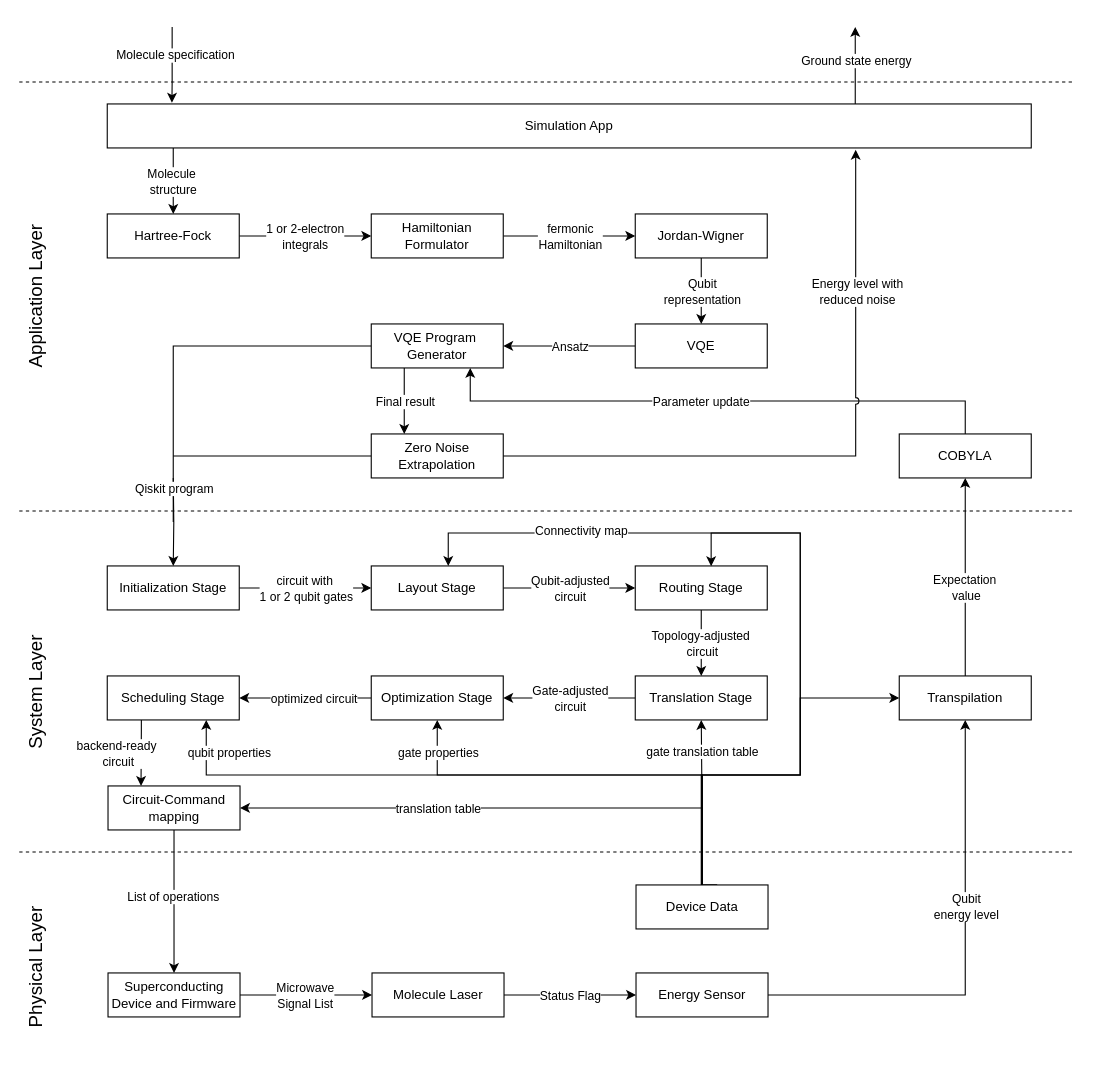
This is page "scenario1" (1 of 4) of docs/scenario-based-analysis/images/scenarios.drawio from FullStaQD/architecture, a draw.io file, before an edit. Source tidied: cells renumbered, new cells numbered last; positions are measured from the earlier drawing's top-left corner, leaving out a move shared by most shapes. Both pictures are drawn from the tidied source at 110%, with x=0, y=0 at pixel (-58, 26).
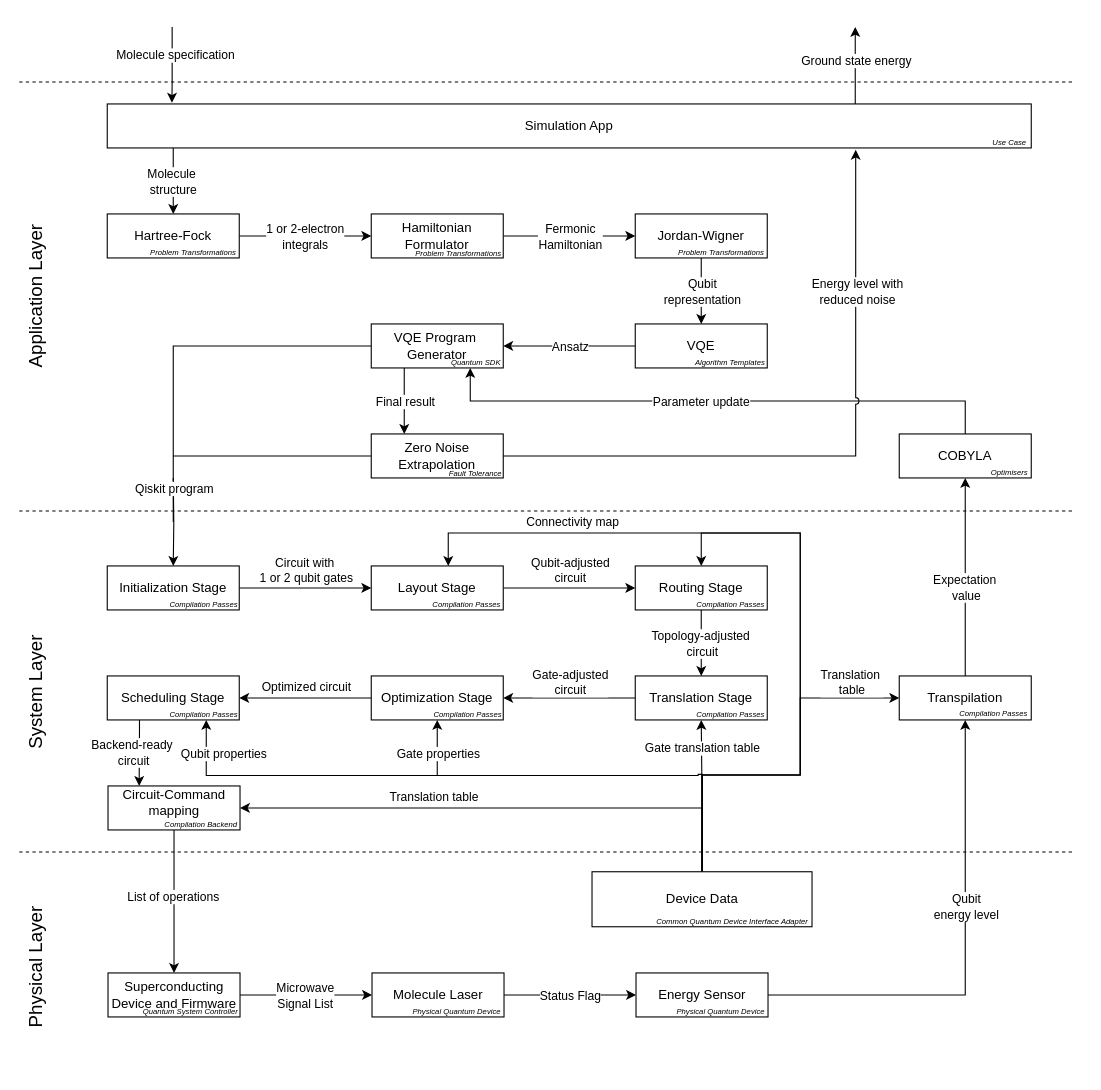
After the change.

The change refers to these unchanged cells:
```xml
<mxCell id="13" style="edgeStyle=orthogonalEdgeStyle;rounded=0;jettySize=auto;html=1;entryX=0;entryY=0.5;entryDx=0;entryDy=0;" parent="1" edge="1" source="16" target="12">
  <mxGeometry relative="1" as="geometry" />
</mxCell>
<mxCell id="29" value="Routing Stage" style="rounded=0;whiteSpace=wrap;html=1;" parent="1" vertex="1">
  <mxGeometry x="630" y="490" width="120" height="40" as="geometry" />
</mxCell>
<mxCell id="30" style="edgeStyle=orthogonalEdgeStyle;rounded=0;jettySize=auto;html=1;entryX=0;entryY=0.5;entryDx=0;entryDy=0;" parent="1" edge="1" source="32" target="29">
  <mxGeometry relative="1" as="geometry" />
</mxCell>
<mxCell id="33" style="edgeStyle=orthogonalEdgeStyle;rounded=0;jettySize=auto;html=1;entryX=0;entryY=0.5;entryDx=0;entryDy=0;" parent="1" edge="1" source="35" target="32">
  <mxGeometry relative="1" as="geometry" />
</mxCell>
<mxCell id="36" style="edgeStyle=orthogonalEdgeStyle;rounded=0;jettySize=auto;html=1;entryX=1;entryY=0.5;entryDx=0;entryDy=0;" parent="1" edge="1" source="38" target="41">
  <mxGeometry relative="1" as="geometry" />
</mxCell>
<mxCell id="38" value="Translation Stage" style="rounded=0;whiteSpace=wrap;html=1;" parent="1" vertex="1">
  <mxGeometry x="630" y="590" width="120" height="40" as="geometry" />
</mxCell>
<mxCell id="39" style="edgeStyle=orthogonalEdgeStyle;rounded=0;jettySize=auto;html=1;entryX=1;entryY=0.5;entryDx=0;entryDy=0;" parent="1" edge="1" source="41" target="44">
  <mxGeometry relative="1" as="geometry" />
</mxCell>
<mxCell id="41" value="Optimization Stage" style="rounded=0;whiteSpace=wrap;html=1;" parent="1" vertex="1">
  <mxGeometry x="390" y="590" width="120" height="40" as="geometry" />
</mxCell>
<mxCell id="44" value="Scheduling Stage" style="rounded=0;whiteSpace=wrap;html=1;" parent="1" vertex="1">
  <mxGeometry x="150" y="590" width="120" height="40" as="geometry" />
</mxCell>
<mxCell id="69" value="Transpilation" style="rounded=0;whiteSpace=wrap;html=1;" parent="1" vertex="1">
  <mxGeometry x="870" y="590" width="120" height="40" as="geometry" />
</mxCell>
```

Diff of the diagram source:
```diff
@@
-    <mxCell id="15" value="fermonic&lt;div&gt;Hamiltonian&lt;/div&gt;" style="edgeLabel;html=1;align=center;verticalAlign=middle;" parent="13" vertex="1">
+    <mxCell id="15" value="Fermonic&lt;div&gt;Hamiltonian&lt;/div&gt;" style="edgeLabel;html=1;align=center;verticalAlign=middle;" parent="13" vertex="1">
       <mxGeometry x="-0.17" y="-3" relative="1" as="geometry">
         <mxPoint x="10" y="-3" as="offset" />
       </mxGeometry>
     </mxCell>
-    <mxCell id="16" value="Hamiltonian&lt;div&gt;Formulator&lt;/div&gt;" style="rounded=0;whiteSpace=wrap;html=1;" parent="1" vertex="1">
+    <mxCell id="16" value="Hamiltonian&lt;div&gt;Formulator&lt;/div&gt;" style="rounded=0;whiteSpace=wrap;html=1;align=center;" parent="1" vertex="1">
       <mxGeometry x="390" y="170" width="120" height="40" as="geometry" />
     </mxCell>
@@
     <mxCell id="31" value="Qubit-adjusted&lt;div&gt;circuit&lt;/div&gt;" style="edgeLabel;html=1;align=center;verticalAlign=middle;" parent="30" vertex="1">
       <mxGeometry x="-0.17" relative="1" as="geometry">
-        <mxPoint x="10" as="offset" />
+        <mxPoint x="10" y="-17" as="offset" />
       </mxGeometry>
     </mxCell>
@@
-    <mxCell id="34" value="circuit with&amp;nbsp;&lt;div&gt;1 or 2 qubit gates&lt;/div&gt;" style="edgeLabel;html=1;align=center;verticalAlign=middle;" parent="33" vertex="1">
+    <mxCell id="34" value="Circuit with&amp;nbsp;&lt;div&gt;1 or 2 qubit gates&lt;/div&gt;" style="edgeLabel;html=1;align=center;verticalAlign=middle;" parent="33" vertex="1">
       <mxGeometry x="0.11" y="-3" relative="1" as="geometry">
-        <mxPoint x="-7" y="-3" as="offset" />
+        <mxPoint x="-7" y="-20" as="offset" />
       </mxGeometry>
     </mxCell>
@@
     <mxCell id="37" value="Gate-adjusted&lt;div&gt;circuit&lt;/div&gt;" style="edgeLabel;html=1;align=center;verticalAlign=middle;" parent="36" vertex="1">
       <mxGeometry x="0.17" y="4" relative="1" as="geometry">
-        <mxPoint x="10" y="-4" as="offset" />
+        <mxPoint x="10" y="-19" as="offset" />
       </mxGeometry>
     </mxCell>
@@
-    <mxCell id="40" value="optimized circuit" style="edgeLabel;html=1;align=center;verticalAlign=middle;" parent="39" vertex="1">
+    <mxCell id="40" value="Optimized circuit" style="edgeLabel;html=1;align=center;verticalAlign=middle;" parent="39" vertex="1">
       <mxGeometry x="-0.11" y="1" relative="1" as="geometry">
-        <mxPoint y="-1" as="offset" />
+        <mxPoint x="-7" y="-12" as="offset" />
       </mxGeometry>
     </mxCell>
@@
-    <mxCell id="42" style="edgeStyle=orthogonalEdgeStyle;rounded=0;jettySize=auto;html=1;entryX=0.25;entryY=0;entryDx=0;entryDy=0;" parent="1" edge="1" source="44" target="84">
+    <mxCell id="42" style="edgeStyle=orthogonalEdgeStyle;rounded=0;orthogonalLoop=1;jettySize=auto;html=1;entryX=0.25;entryY=0;entryDx=0;entryDy=0;" parent="1" edge="1">
       <mxGeometry relative="1" as="geometry">
+        <mxPoint x="179.3" y="630" as="sourcePoint" />
+        <mxPoint x="179" y="690" as="targetPoint" />
         <Array as="points">
-          <mxPoint x="181" y="640" />
-          <mxPoint x="181" y="640" />
+          <mxPoint x="179.3" y="640" />
+          <mxPoint x="179.3" y="640" />
         </Array>
       </mxGeometry>
     </mxCell>
-    <mxCell id="43" value="backend-ready&amp;nbsp;&lt;div&gt;circuit&lt;/div&gt;" style="edgeLabel;html=1;align=center;verticalAlign=middle;" parent="42" vertex="1">
+    <mxCell id="43" value="Backend-ready&amp;nbsp;&lt;div&gt;circuit&lt;/div&gt;" style="edgeLabel;html=1;align=center;verticalAlign=middle;" parent="42" vertex="1">
       <mxGeometry x="0.21" y="1" relative="1" as="geometry">
-        <mxPoint x="-22" y="-6" as="offset" />
+        <mxPoint x="-7" y="-7" as="offset" />
       </mxGeometry>
     </mxCell>
@@
-    <mxCell id="56" style="edgeStyle=orthogonalEdgeStyle;rounded=0;jettySize=auto;html=1;entryX=0.5;entryY=1;entryDx=0;entryDy=0;" parent="1" edge="1" source="66" target="41">
+    <mxCell id="56" style="edgeStyle=orthogonalEdgeStyle;rounded=0;jettySize=auto;html=1;entryX=0.5;entryY=1;entryDx=0;entryDy=0;" parent="1" edge="1" target="41">
       <mxGeometry relative="1" as="geometry">
+        <mxPoint x="450" y="679" as="sourcePoint" />
         <Array as="points">
-          <mxPoint x="691" y="680" />
           <mxPoint x="450" y="680" />
         </Array>
       </mxGeometry>
     </mxCell>
-    <mxCell id="57" value="gate properties" style="edgeLabel;html=1;align=center;verticalAlign=middle;" parent="56" vertex="1">
+    <mxCell id="57" value="Gate properties" style="edgeLabel;html=1;align=center;verticalAlign=middle;" parent="56" vertex="1">
       <mxGeometry x="0.85" y="1" relative="1" as="geometry">
-        <mxPoint x="1" as="offset" />
+        <mxPoint x="1" y="26" as="offset" />
       </mxGeometry>
     </mxCell>
-    <mxCell id="58" style="edgeStyle=orthogonalEdgeStyle;rounded=0;jettySize=auto;html=1;entryX=0.5;entryY=0;entryDx=0;entryDy=0;exitX=0.615;exitY=-0.004;exitDx=0;exitDy=0;exitPerimeter=0;" parent="1" edge="1" source="66">
+    <mxCell id="58" style="edgeStyle=orthogonalEdgeStyle;rounded=0;orthogonalLoop=1;jettySize=auto;html=1;entryX=0.5;entryY=0;entryDx=0;entryDy=0;" parent="1" edge="1">
       <mxGeometry relative="1" as="geometry">
+        <mxPoint x="690" y="680" as="sourcePoint" />
         <mxPoint x="460" y="490" as="targetPoint" />
         <Array as="points">
-          <mxPoint x="690" y="780" />
           <mxPoint x="690" y="680" />
           <mxPoint x="780" y="680" />
           <mxPoint x="780" y="460" />
           <mxPoint x="460" y="460" />
         </Array>
       </mxGeometry>
     </mxCell>
-    <mxCell id="59" style="edgeStyle=orthogonalEdgeStyle;rounded=0;jettySize=auto;html=1;entryX=0;entryY=0.5;entryDx=0;entryDy=0;" parent="1" edge="1" source="66" target="69">
+    <mxCell id="59" style="edgeStyle=orthogonalEdgeStyle;rounded=0;jettySize=auto;html=1;entryX=0;entryY=0.5;entryDx=0;entryDy=0;" parent="1" edge="1" target="69">
       <mxGeometry relative="1" as="geometry">
+        <mxPoint x="690" y="780" as="sourcePoint" />
         <Array as="points">
           <mxPoint x="691" y="680" />
           <mxPoint x="780" y="680" />
           <mxPoint x="780" y="610" />
         </Array>
       </mxGeometry>
     </mxCell>
-    <mxCell id="60" style="edgeStyle=orthogonalEdgeStyle;rounded=0;jettySize=auto;html=1;" parent="1" edge="1" source="66" target="38">
+    <mxCell id="60" style="edgeStyle=orthogonalEdgeStyle;rounded=0;jettySize=auto;html=1;exitX=0.5;exitY=0;exitDx=0;exitDy=0;" parent="1" edge="1" source="66" target="38">
       <mxGeometry relative="1" as="geometry" />
     </mxCell>
-    <mxCell id="61" value="gate translation table" style="edgeLabel;html=1;align=center;verticalAlign=middle;" parent="60" vertex="1">
+    <mxCell id="61" value="Gate translation table" style="edgeLabel;html=1;align=center;verticalAlign=middle;" parent="60" vertex="1">
       <mxGeometry x="0.51" relative="1" as="geometry">
         <mxPoint y="-8" as="offset" />
       </mxGeometry>
     </mxCell>
-    <mxCell id="62" style="edgeStyle=orthogonalEdgeStyle;rounded=0;jettySize=auto;html=1;entryX=0.75;entryY=1;entryDx=0;entryDy=0;" parent="1" edge="1" source="66" target="44">
+    <mxCell id="62" style="edgeStyle=orthogonalEdgeStyle;rounded=0;jettySize=auto;html=1;entryX=0.75;entryY=1;entryDx=0;entryDy=0;exitX=0.5;exitY=0;exitDx=0;exitDy=0;" parent="1" edge="1" source="66" target="44">
       <mxGeometry relative="1" as="geometry">
         <Array as="points">
-          <mxPoint x="691" y="680" />
-          <mxPoint x="240" y="680" />
+          <mxPoint x="690.7" y="679.5" />
+          <mxPoint x="687.2" y="679.5" />
+          <mxPoint x="240" y="680.5" />
         </Array>
       </mxGeometry>
     </mxCell>
-    <mxCell id="63" value="qubit properties" style="edgeLabel;html=1;align=center;verticalAlign=middle;" parent="62" vertex="1">
+    <mxCell id="63" value="Qubit properties" style="edgeLabel;html=1;align=center;verticalAlign=middle;" parent="62" vertex="1">
       <mxGeometry x="0.9" relative="1" as="geometry">
-        <mxPoint x="20" as="offset" />
+        <mxPoint x="15" y="1" as="offset" />
       </mxGeometry>
     </mxCell>
-    <mxCell id="64" style="edgeStyle=orthogonalEdgeStyle;rounded=0;jettySize=auto;html=1;entryX=1;entryY=0.5;entryDx=0;entryDy=0;" parent="1" edge="1" source="66" target="84">
+    <mxCell id="64" style="edgeStyle=orthogonalEdgeStyle;rounded=0;jettySize=auto;html=1;entryX=1;entryY=0.5;entryDx=0;entryDy=0;exitX=0.5;exitY=0;exitDx=0;exitDy=0;" parent="1" edge="1" source="66" target="84">
       <mxGeometry relative="1" as="geometry">
         <Array as="points">
-          <mxPoint x="691" y="710" />
+          <mxPoint x="690" y="768" />
+          <mxPoint x="690" y="710" />
         </Array>
       </mxGeometry>
     </mxCell>
-    <mxCell id="65" value="translation table" style="edgeLabel;html=1;align=center;verticalAlign=middle;" parent="64" vertex="1">
+    <mxCell id="65" value="Translation table" style="edgeLabel;html=1;align=center;verticalAlign=middle;" parent="64" vertex="1">
       <mxGeometry x="0.33" y="-2" relative="1" as="geometry">
-        <mxPoint x="16" y="2" as="offset" />
+        <mxPoint x="16" y="-9" as="offset" />
       </mxGeometry>
     </mxCell>
-    <mxCell id="66" value="Device Data" style="rounded=0;whiteSpace=wrap;html=1;" parent="1" vertex="1">
-      <mxGeometry x="630.7" y="780" width="120" height="40" as="geometry" />
-    </mxCell>
@@
-    <mxCell id="72" style="edgeStyle=orthogonalEdgeStyle;rounded=0;jettySize=auto;html=1;entryX=0.575;entryY=0.005;entryDx=0;entryDy=0;entryPerimeter=0;" parent="1" edge="1" source="66" target="29">
+    <mxCell id="72" style="edgeStyle=orthogonalEdgeStyle;rounded=0;jettySize=auto;html=1;entryX=0.5;entryY=0;entryDx=0;entryDy=0;exitX=0.5;exitY=0;exitDx=0;exitDy=0;" parent="1" edge="1" source="66" target="29">
       <mxGeometry relative="1" as="geometry">
         <Array as="points">
-          <mxPoint x="691" y="680" />
+          <mxPoint x="690.7" y="680" />
           <mxPoint x="780" y="680" />
           <mxPoint x="780" y="460" />
-          <mxPoint x="699" y="460" />
+          <mxPoint x="690" y="460" />
         </Array>
       </mxGeometry>
     </mxCell>
     <mxCell id="73" value="Connectivity map" style="edgeLabel;html=1;align=center;verticalAlign=middle;" parent="72" vertex="1">
       <mxGeometry x="0.93" y="1" relative="1" as="geometry">
-        <mxPoint x="-120" y="-14" as="offset" />
+        <mxPoint x="-119" y="-22" as="offset" />
       </mxGeometry>
     </mxCell>
@@
-    <mxCell id="84" value="Circuit-Command&lt;div&gt;mapping&lt;/div&gt;" style="rounded=0;whiteSpace=wrap;html=1;" parent="1" vertex="1">
+    <mxCell id="84" style="rounded=0;whiteSpace=wrap;html=1;" parent="1" vertex="1">
       <mxGeometry x="150.7" y="690" width="120" height="40" as="geometry" />
     </mxCell>
@@
+    <mxCell id="86" value="&lt;i&gt;&lt;font style=&quot;font-size: 7px;&quot;&gt;Use Case&lt;/font&gt;&lt;/i&gt;" style="text;html=1;whiteSpace=wrap;strokeColor=none;fillColor=none;align=center;verticalAlign=middle;rounded=0;fontSize=9;" parent="1" vertex="1">
+      <mxGeometry x="904.9" y="90" width="131" height="30" as="geometry" />
+    </mxCell>
+    <mxCell id="87" value="&lt;i&gt;&lt;font style=&quot;font-size: 7px;&quot;&gt;Problem Transformations&lt;/font&gt;&lt;/i&gt;" style="text;html=1;whiteSpace=wrap;strokeColor=none;fillColor=none;align=center;verticalAlign=middle;rounded=0;" parent="1" vertex="1">
+      <mxGeometry x="171" y="196" width="114.7" height="16" as="geometry" />
+    </mxCell>
+    <mxCell id="88" value="&lt;i&gt;&lt;font style=&quot;font-size: 7px;&quot;&gt;Problem Transformations&lt;/font&gt;&lt;/i&gt;" style="text;html=1;whiteSpace=wrap;strokeColor=none;fillColor=none;align=center;verticalAlign=middle;rounded=0;" parent="1" vertex="1">
+      <mxGeometry x="412" y="197" width="114.7" height="16" as="geometry" />
+    </mxCell>
+    <mxCell id="89" value="&lt;i&gt;&lt;font style=&quot;font-size: 7px;&quot;&gt;Problem Transformations&lt;/font&gt;&lt;/i&gt;" style="text;html=1;whiteSpace=wrap;strokeColor=none;fillColor=none;align=center;verticalAlign=middle;rounded=0;" parent="1" vertex="1">
+      <mxGeometry x="651" y="196" width="114.7" height="16" as="geometry" />
+    </mxCell>
+    <mxCell id="90" value="&lt;i&gt;&lt;font style=&quot;font-size: 7px;&quot;&gt;Quantum SDK&lt;/font&gt;&lt;/i&gt;" style="text;html=1;whiteSpace=wrap;strokeColor=none;fillColor=none;align=center;verticalAlign=middle;rounded=0;" parent="1" vertex="1">
+      <mxGeometry x="428" y="296" width="114.7" height="16" as="geometry" />
+    </mxCell>
+    <mxCell id="91" value="&lt;i&gt;&lt;font style=&quot;font-size: 7px;&quot;&gt;Algorithm Templates&lt;/font&gt;&lt;/i&gt;" style="text;html=1;whiteSpace=wrap;strokeColor=none;fillColor=none;align=center;verticalAlign=middle;rounded=0;" parent="1" vertex="1">
+      <mxGeometry x="659" y="296" width="114.7" height="16" as="geometry" />
+    </mxCell>
+    <mxCell id="92" value="&lt;font style=&quot;font-size: 7px;&quot;&gt;&lt;i&gt;Fault Tolerance&lt;/i&gt;&lt;/font&gt;" style="text;html=1;whiteSpace=wrap;strokeColor=none;fillColor=none;align=center;verticalAlign=middle;rounded=0;" parent="1" vertex="1">
+      <mxGeometry x="455.4" y="390" width="60" height="30" as="geometry" />
+    </mxCell>
+    <mxCell id="93" value="&lt;i&gt;&lt;font style=&quot;font-size: 7px;&quot;&gt;Optimisers&lt;/font&gt;&lt;/i&gt;" style="text;html=1;whiteSpace=wrap;strokeColor=none;fillColor=none;align=center;verticalAlign=middle;rounded=0;" parent="1" vertex="1">
+      <mxGeometry x="913" y="396" width="114.7" height="16" as="geometry" />
+    </mxCell>
+    <mxCell id="94" value="&lt;font style=&quot;font-size: 7px;&quot;&gt;&lt;i&gt;Compilation Passes&lt;/i&gt;&lt;/font&gt;" style="text;html=1;whiteSpace=wrap;strokeColor=none;fillColor=none;align=center;verticalAlign=middle;rounded=0;" parent="1" vertex="1">
+      <mxGeometry x="204" y="509" width="68" height="30" as="geometry" />
+    </mxCell>
+    <mxCell id="95" value="&lt;font style=&quot;font-size: 7px;&quot;&gt;&lt;i&gt;Compilation Passes&lt;/i&gt;&lt;/font&gt;" style="text;html=1;whiteSpace=wrap;strokeColor=none;fillColor=none;align=center;verticalAlign=middle;rounded=0;" parent="1" vertex="1">
+      <mxGeometry x="443" y="509" width="68" height="30" as="geometry" />
+    </mxCell>
+    <mxCell id="96" value="&lt;font style=&quot;font-size: 7px;&quot;&gt;&lt;i&gt;Compilation Passes&lt;/i&gt;&lt;/font&gt;" style="text;html=1;whiteSpace=wrap;strokeColor=none;fillColor=none;align=center;verticalAlign=middle;rounded=0;" parent="1" vertex="1">
+      <mxGeometry x="682.7" y="509" width="68" height="30" as="geometry" />
+    </mxCell>
+    <mxCell id="97" value="&lt;font style=&quot;font-size: 7px;&quot;&gt;&lt;i&gt;Compilation Passes&lt;/i&gt;&lt;/font&gt;" style="text;html=1;whiteSpace=wrap;strokeColor=none;fillColor=none;align=center;verticalAlign=middle;rounded=0;" parent="1" vertex="1">
+      <mxGeometry x="682.7" y="609" width="68" height="30" as="geometry" />
+    </mxCell>
+    <mxCell id="98" value="&lt;font style=&quot;font-size: 7px;&quot;&gt;&lt;i&gt;Compilation Passes&lt;/i&gt;&lt;/font&gt;" style="text;html=1;whiteSpace=wrap;strokeColor=none;fillColor=none;align=center;verticalAlign=middle;rounded=0;" parent="1" vertex="1">
+      <mxGeometry x="444" y="609" width="68" height="30" as="geometry" />
+    </mxCell>
+    <mxCell id="99" value="&lt;font style=&quot;font-size: 7px;&quot;&gt;&lt;i&gt;Compilation Passes&lt;/i&gt;&lt;/font&gt;" style="text;html=1;whiteSpace=wrap;strokeColor=none;fillColor=none;align=center;verticalAlign=middle;rounded=0;" parent="1" vertex="1">
+      <mxGeometry x="204" y="609" width="68" height="30" as="geometry" />
+    </mxCell>
+    <mxCell id="100" value="&lt;font style=&quot;font-size: 7px;&quot;&gt;&lt;i&gt;Quantum System Controller&lt;/i&gt;&lt;/font&gt;" style="text;html=1;whiteSpace=wrap;strokeColor=none;fillColor=none;align=center;verticalAlign=middle;rounded=0;" parent="1" vertex="1">
+      <mxGeometry x="164" y="879" width="124" height="30" as="geometry" />
+    </mxCell>
+    <mxCell id="101" value="&lt;i style=&quot;font-size: 7px;&quot;&gt;Physical Quantum Device&lt;/i&gt;" style="text;html=1;whiteSpace=wrap;strokeColor=none;fillColor=none;align=center;verticalAlign=middle;rounded=0;" parent="1" vertex="1">
+      <mxGeometry x="406" y="879" width="124" height="30" as="geometry" />
+    </mxCell>
+    <mxCell id="102" value="&lt;i style=&quot;font-size: 7px;&quot;&gt;Physical Quantum Device&lt;/i&gt;" style="text;html=1;whiteSpace=wrap;strokeColor=none;fillColor=none;align=center;verticalAlign=middle;rounded=0;" parent="1" vertex="1">
+      <mxGeometry x="646" y="879" width="124" height="30" as="geometry" />
+    </mxCell>
+    <mxCell id="103" value="&lt;font style=&quot;font-size: 7px;&quot;&gt;&lt;i&gt;Compilation Passes&lt;/i&gt;&lt;/font&gt;" style="text;html=1;whiteSpace=wrap;strokeColor=none;fillColor=none;align=center;verticalAlign=middle;rounded=0;" parent="1" vertex="1">
+      <mxGeometry x="922" y="608" width="68" height="30" as="geometry" />
+    </mxCell>
+    <mxCell id="104" value="&lt;font style=&quot;font-size: 7px;&quot;&gt;&lt;i&gt;Compilation Backend&lt;/i&gt;&lt;/font&gt;" style="text;html=1;whiteSpace=wrap;strokeColor=none;fillColor=none;align=center;verticalAlign=middle;rounded=0;" parent="1" vertex="1">
+      <mxGeometry x="183" y="709" width="105" height="30" as="geometry" />
+    </mxCell>
+    <mxCell id="105" value="&lt;font&gt;Circuit-Command&lt;/font&gt;&lt;div&gt;&lt;font&gt;mapping&lt;/font&gt;&lt;/div&gt;" style="text;html=1;whiteSpace=wrap;strokeColor=none;fillColor=none;align=center;verticalAlign=middle;rounded=0;" parent="1" vertex="1">
+      <mxGeometry x="155.3" y="690" width="112" height="30" as="geometry" />
+    </mxCell>
+    <mxCell id="106" value="Translation&amp;nbsp;&lt;div&gt;table&lt;/div&gt;" style="edgeLabel;html=1;align=center;verticalAlign=middle;" parent="1" vertex="1">
+      <mxGeometry x="826" y="595" as="geometry" />
+    </mxCell>
+    <mxCell id="66" value="Device Data" style="rounded=0;whiteSpace=wrap;html=1;" parent="1" vertex="1">
+      <mxGeometry x="590.7" y="768" width="200" height="50" as="geometry" />
+    </mxCell>
+    <mxCell id="107" value="&lt;font style=&quot;font-size: 7px;&quot;&gt;&lt;i&gt;Common Quantum Device Interface Adapter&lt;/i&gt;&lt;/font&gt;" style="text;html=1;whiteSpace=wrap;strokeColor=none;fillColor=none;align=center;verticalAlign=middle;rounded=0;" parent="1" vertex="1">
+      <mxGeometry x="637.5" y="797" width="161" height="30" as="geometry" />
+    </mxCell>
```
